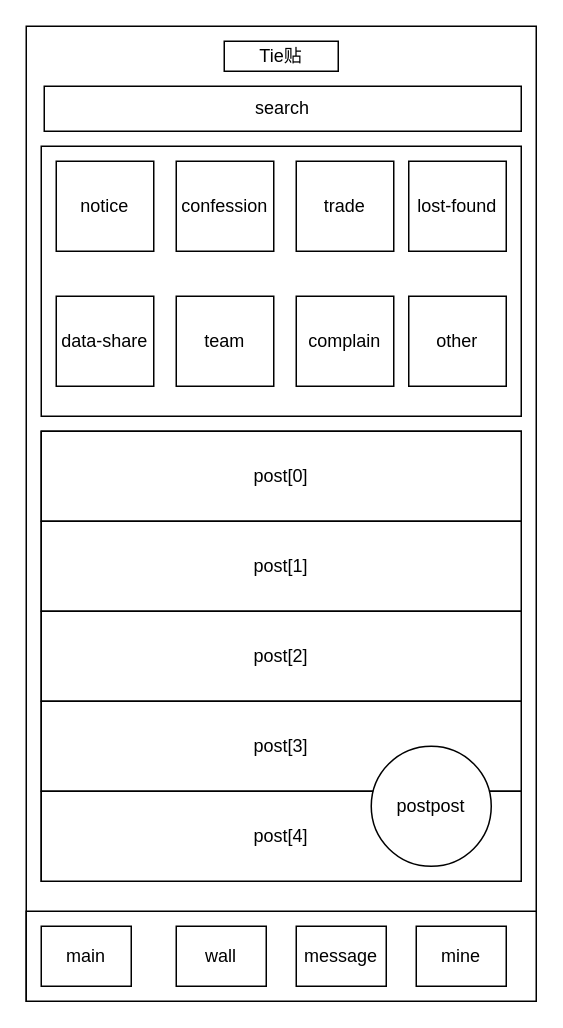
Above: page "wall" (4 of 10) of tietie/ui.drawio in Zhou-Ru-Xuan/drawio-workplace (draw.io), before the change. Source tidied: cells renumbered, new cells numbered last; positions are measured from the earlier drawing's top-left corner, leaving out a move shared by most shapes. Both pictures are drawn from the tidied source at 150%, with x=0, y=0 at pixel (26, 26).
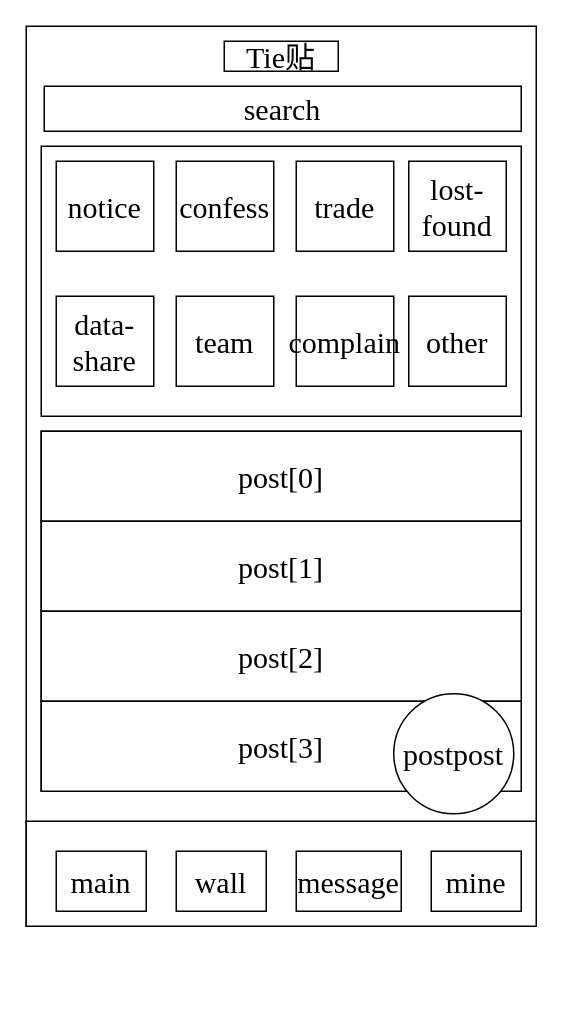
The same diagram, later.

Diff of the diagram source:
```diff
@@
-    <mxCell id="2" style="rounded=0;whiteSpace=wrap;html=1;" parent="1" vertex="1">
-      <mxGeometry width="340" height="650" as="geometry" />
+    <mxCell id="2" style="rounded=0;whiteSpace=wrap;html=1;fontFamily=Times New Roman;fontSize=20;" parent="1" vertex="1">
+      <mxGeometry width="340" height="600" as="geometry" />
     </mxCell>
-    <mxCell id="3" style="rounded=0;whiteSpace=wrap;html=1;" parent="1" vertex="1">
+    <mxCell id="3" style="rounded=0;whiteSpace=wrap;html=1;fontFamily=Times New Roman;fontSize=20;" parent="1" vertex="1">
       <mxGeometry x="10" y="80" width="320" height="180" as="geometry" />
     </mxCell>
-    <mxCell id="4" style="rounded=0;whiteSpace=wrap;html=1;" parent="1" vertex="1">
-      <mxGeometry y="590" width="340" height="60" as="geometry" />
+    <mxCell id="4" style="rounded=0;whiteSpace=wrap;html=1;fontFamily=Times New Roman;fontSize=20;" parent="1" vertex="1">
+      <mxGeometry y="530" width="340" height="70" as="geometry" />
     </mxCell>
-    <mxCell id="5" value="main" style="rounded=0;whiteSpace=wrap;html=1;" parent="1" vertex="1">
-      <mxGeometry x="10" y="600" width="60" height="40" as="geometry" />
+    <mxCell id="5" value="main" style="rounded=0;whiteSpace=wrap;html=1;fontFamily=Times New Roman;fontSize=20;" parent="1" vertex="1">
+      <mxGeometry x="20" y="550" width="60" height="40" as="geometry" />
     </mxCell>
-    <mxCell id="6" value="wall" style="rounded=0;whiteSpace=wrap;html=1;" parent="1" vertex="1">
-      <mxGeometry x="100" y="600" width="60" height="40" as="geometry" />
+    <mxCell id="6" value="wall" style="rounded=0;whiteSpace=wrap;html=1;fontFamily=Times New Roman;fontSize=20;" parent="1" vertex="1">
+      <mxGeometry x="100" y="550" width="60" height="40" as="geometry" />
     </mxCell>
-    <mxCell id="7" value="message" style="rounded=0;whiteSpace=wrap;html=1;" parent="1" vertex="1">
-      <mxGeometry x="180" y="600" width="60" height="40" as="geometry" />
+    <mxCell id="7" value="message" style="rounded=0;whiteSpace=wrap;html=1;fontFamily=Times New Roman;fontSize=20;" parent="1" vertex="1">
+      <mxGeometry x="180" y="550" width="70" height="40" as="geometry" />
     </mxCell>
-    <mxCell id="8" value="mine" style="rounded=0;whiteSpace=wrap;html=1;" parent="1" vertex="1">
-      <mxGeometry x="260" y="600" width="60" height="40" as="geometry" />
+    <mxCell id="8" value="mine" style="rounded=0;whiteSpace=wrap;html=1;fontFamily=Times New Roman;fontSize=20;" parent="1" vertex="1">
+      <mxGeometry x="270" y="550" width="60" height="40" as="geometry" />
     </mxCell>
-    <mxCell id="9" style="rounded=0;whiteSpace=wrap;html=1;" parent="1" vertex="1">
-      <mxGeometry x="10" y="270" width="320" height="300" as="geometry" />
+    <mxCell id="9" style="rounded=0;whiteSpace=wrap;html=1;fontFamily=Times New Roman;fontSize=20;" parent="1" vertex="1">
+      <mxGeometry x="10" y="270" width="320" height="240" as="geometry" />
     </mxCell>
-    <mxCell id="10" value="post[0]" style="rounded=0;whiteSpace=wrap;html=1;" parent="1" vertex="1">
+    <mxCell id="10" value="post[0]" style="rounded=0;whiteSpace=wrap;html=1;fontFamily=Times New Roman;fontSize=20;" parent="1" vertex="1">
       <mxGeometry x="10" y="270" width="320" height="60" as="geometry" />
     </mxCell>
-    <mxCell id="11" value="post[1]" style="rounded=0;whiteSpace=wrap;html=1;" parent="1" vertex="1">
+    <mxCell id="11" value="post[1]" style="rounded=0;whiteSpace=wrap;html=1;fontFamily=Times New Roman;fontSize=20;" parent="1" vertex="1">
       <mxGeometry x="10" y="330" width="320" height="60" as="geometry" />
     </mxCell>
-    <mxCell id="12" value="post[2]" style="rounded=0;whiteSpace=wrap;html=1;" parent="1" vertex="1">
+    <mxCell id="12" value="post[2]" style="rounded=0;whiteSpace=wrap;html=1;fontFamily=Times New Roman;fontSize=20;" parent="1" vertex="1">
       <mxGeometry x="10" y="390" width="320" height="60" as="geometry" />
     </mxCell>
-    <mxCell id="13" value="Tie贴" style="rounded=0;whiteSpace=wrap;html=1;" parent="1" vertex="1">
+    <mxCell id="13" value="Tie贴" style="rounded=0;whiteSpace=wrap;html=1;fontFamily=Times New Roman;fontSize=20;" parent="1" vertex="1">
       <mxGeometry x="132" y="10" width="76" height="20" as="geometry" />
     </mxCell>
-    <mxCell id="14" value="search" style="rounded=0;whiteSpace=wrap;html=1;" parent="1" vertex="1">
+    <mxCell id="14" value="search" style="rounded=0;whiteSpace=wrap;html=1;fontFamily=Times New Roman;fontSize=20;" parent="1" vertex="1">
       <mxGeometry x="12" y="40" width="318" height="30" as="geometry" />
     </mxCell>
-    <mxCell id="15" value="notice" style="rounded=0;whiteSpace=wrap;html=1;" parent="1" vertex="1">
+    <mxCell id="15" value="notice" style="rounded=0;whiteSpace=wrap;html=1;fontFamily=Times New Roman;fontSize=20;" parent="1" vertex="1">
       <mxGeometry x="20" y="90" width="65" height="60" as="geometry" />
     </mxCell>
-    <mxCell id="16" value="confession" style="rounded=0;whiteSpace=wrap;html=1;" parent="1" vertex="1">
+    <mxCell id="16" value="confess" style="rounded=0;whiteSpace=wrap;html=1;fontFamily=Times New Roman;fontSize=20;" parent="1" vertex="1">
       <mxGeometry x="100" y="90" width="65" height="60" as="geometry" />
     </mxCell>
-    <mxCell id="17" value="trade" style="rounded=0;whiteSpace=wrap;html=1;" parent="1" vertex="1">
+    <mxCell id="17" value="trade" style="rounded=0;whiteSpace=wrap;html=1;fontFamily=Times New Roman;fontSize=20;" parent="1" vertex="1">
       <mxGeometry x="180" y="90" width="65" height="60" as="geometry" />
     </mxCell>
-    <mxCell id="18" value="lost-found" style="rounded=0;whiteSpace=wrap;html=1;" parent="1" vertex="1">
+    <mxCell id="18" value="lost-found" style="rounded=0;whiteSpace=wrap;html=1;fontFamily=Times New Roman;fontSize=20;" parent="1" vertex="1">
       <mxGeometry x="255" y="90" width="65" height="60" as="geometry" />
     </mxCell>
-    <mxCell id="19" value="data-share" style="rounded=0;whiteSpace=wrap;html=1;" parent="1" vertex="1">
+    <mxCell id="19" value="data-share" style="rounded=0;whiteSpace=wrap;html=1;fontFamily=Times New Roman;fontSize=20;" parent="1" vertex="1">
       <mxGeometry x="20" y="180" width="65" height="60" as="geometry" />
     </mxCell>
-    <mxCell id="20" value="team" style="rounded=0;whiteSpace=wrap;html=1;" parent="1" vertex="1">
+    <mxCell id="20" value="team" style="rounded=0;whiteSpace=wrap;html=1;fontFamily=Times New Roman;fontSize=20;" parent="1" vertex="1">
       <mxGeometry x="100" y="180" width="65" height="60" as="geometry" />
     </mxCell>
-    <mxCell id="21" value="complain" style="rounded=0;whiteSpace=wrap;html=1;" parent="1" vertex="1">
+    <mxCell id="21" value="complain" style="rounded=0;whiteSpace=wrap;html=1;fontFamily=Times New Roman;fontSize=20;" parent="1" vertex="1">
       <mxGeometry x="180" y="180" width="65" height="60" as="geometry" />
     </mxCell>
-    <mxCell id="22" value="other" style="rounded=0;whiteSpace=wrap;html=1;" parent="1" vertex="1">
+    <mxCell id="22" value="other" style="rounded=0;whiteSpace=wrap;html=1;fontFamily=Times New Roman;fontSize=20;" parent="1" vertex="1">
       <mxGeometry x="255" y="180" width="65" height="60" as="geometry" />
     </mxCell>
-    <mxCell id="23" value="post[3]" style="rounded=0;whiteSpace=wrap;html=1;" parent="1" vertex="1">
+    <mxCell id="23" value="post[3]" style="rounded=0;whiteSpace=wrap;html=1;fontFamily=Times New Roman;fontSize=20;" parent="1" vertex="1">
       <mxGeometry x="10" y="450" width="320" height="60" as="geometry" />
     </mxCell>
-    <mxCell id="24" value="post[4]" style="rounded=0;whiteSpace=wrap;html=1;" parent="1" vertex="1">
-      <mxGeometry x="10" y="510" width="320" height="60" as="geometry" />
-    </mxCell>
-    <mxCell id="25" value="postpost" style="ellipse;whiteSpace=wrap;html=1;" parent="1" vertex="1">
-      <mxGeometry x="230" y="480" width="80" height="80" as="geometry" />
+    <mxCell id="25" value="postpost" style="ellipse;whiteSpace=wrap;html=1;fontFamily=Times New Roman;fontSize=20;" parent="1" vertex="1">
+      <mxGeometry x="245" y="445" width="80" height="80" as="geometry" />
     </mxCell>
```
